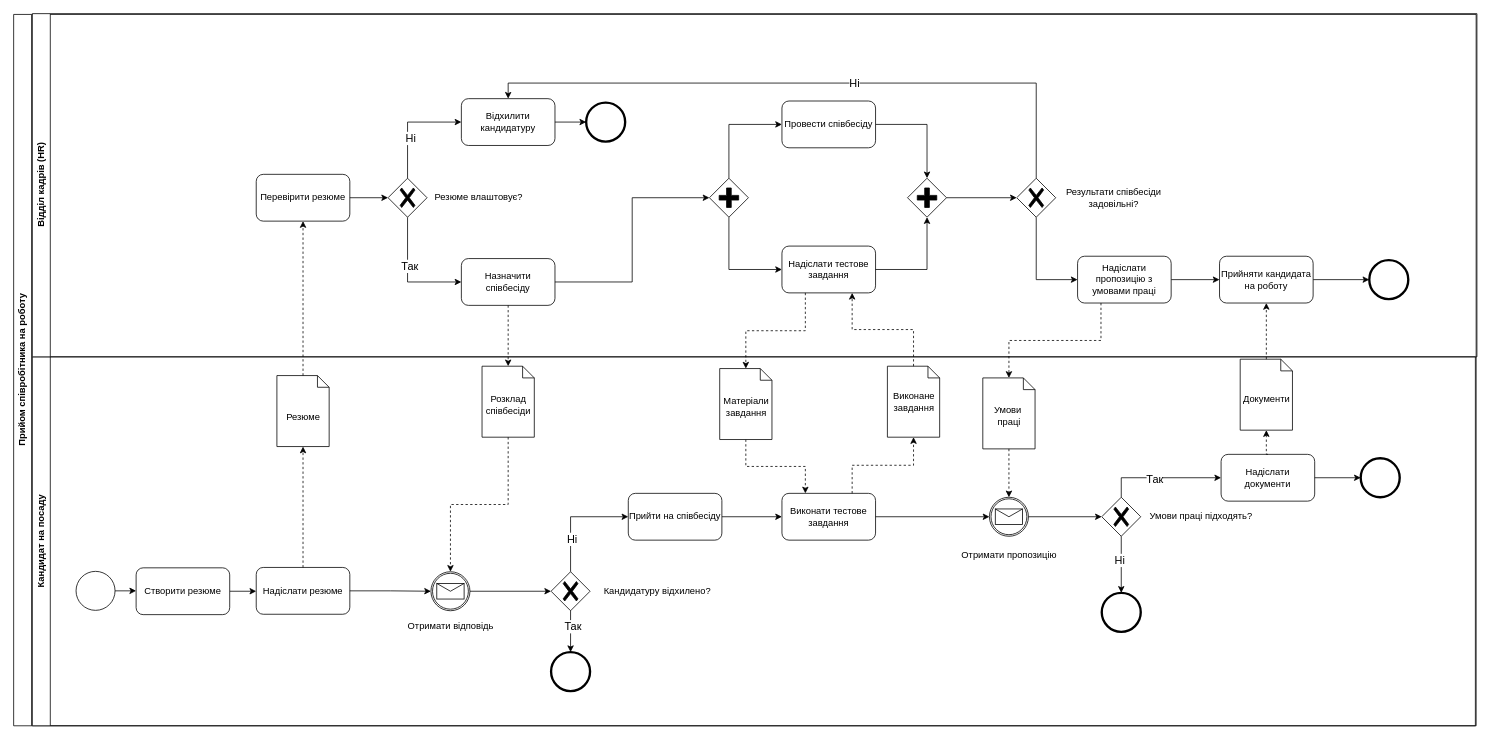
Earlier version of the draw.io diagram lab1/lab1_t3.drawio (gR4tiG0/QAQC). Source tidied: cells renumbered, new cells numbered last; positions are measured from the earlier drawing's top-left corner, leaving out a move shared by most shapes. Both pictures are drawn from the tidied source at 78%, with x=0, y=0 at pixel (13, 13).
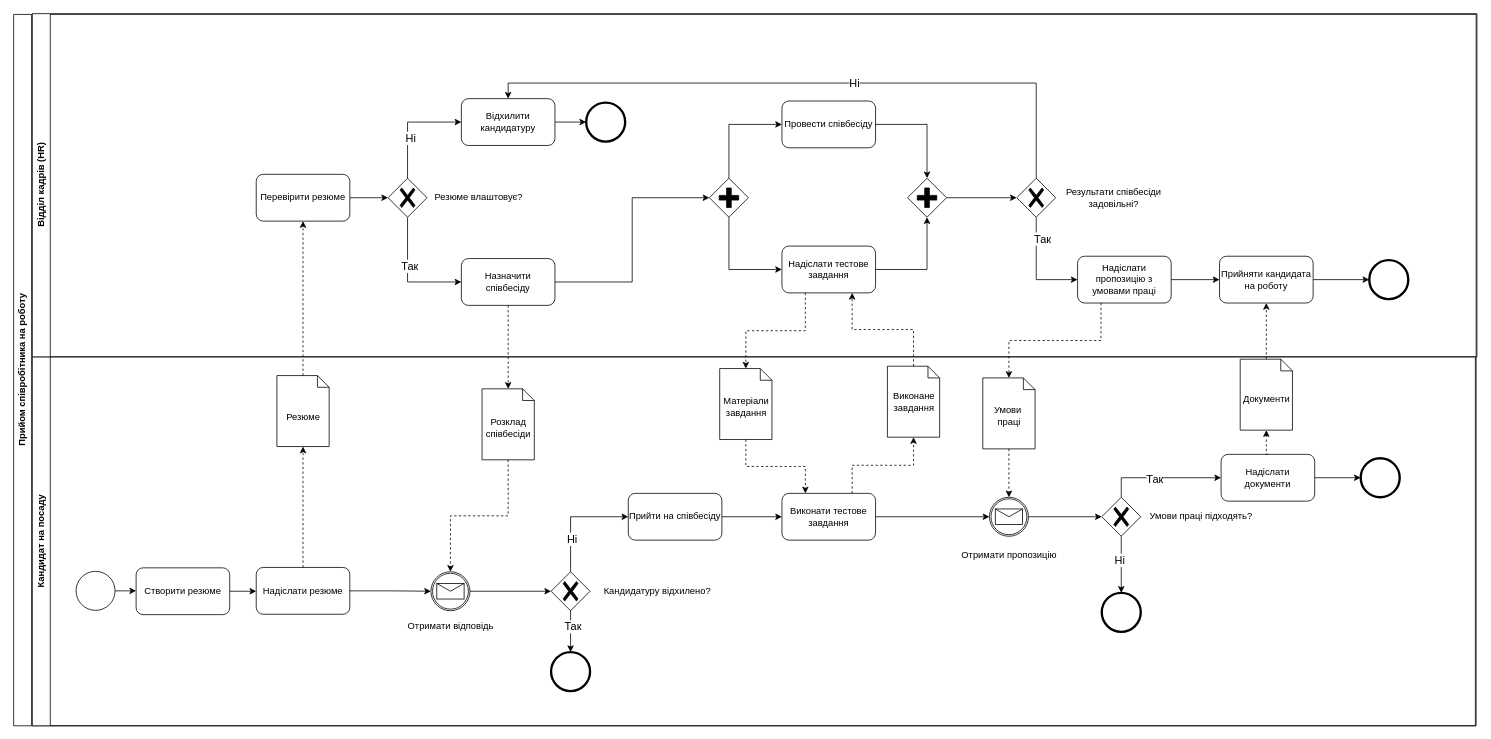
After the change.

Unchanged cells that the change refers to:
```xml
<mxCell id="3" value="Кандидат на посаду" style="swimlane;horizontal=0;whiteSpace=wrap;html=1;" parent="1" vertex="1">
  <mxGeometry x="24" y="440" width="1850" height="473" as="geometry" />
</mxCell>
<mxCell id="75" style="edgeStyle=orthogonalEdgeStyle;rounded=0;jettySize=auto;html=1;exitX=0.5;exitY=1;exitDx=0;exitDy=0;exitPerimeter=0;entryX=0;entryY=0.5;entryDx=0;entryDy=0;" parent="55" edge="1" source="76" target="79">
  <mxGeometry relative="1" as="geometry" />
</mxCell>
```

What changed in the source:
```diff
@@
     <mxCell id="5" style="shape=mxgraph.bpmn.data;labelPosition=center;verticalLabelPosition=bottom;align=center;verticalAlign=top;size=15;html=1;" parent="3" vertex="1">
-      <mxGeometry x="576.5" y="12" width="67" height="91" as="geometry" />
+      <mxGeometry x="576.5" y="41" width="67" height="91" as="geometry" />
     </mxCell>
@@
     <mxCell id="49" value="Розклад&lt;br&gt;співбесіди" style="text;html=1;align=center;verticalAlign=middle;strokeColor=none;fillColor=none;" parent="3" vertex="1">
-      <mxGeometry x="572.5" y="41" width="75" height="41" as="geometry" />
+      <mxGeometry x="572.5" y="70" width="75" height="41" as="geometry" />
     </mxCell>
@@
+    <mxCell id="94" value="&lt;font style=&quot;font-size: 14px;&quot;&gt;Так&lt;/font&gt;" style="edgeLabel;html=1;align=center;verticalAlign=middle;" parent="75" vertex="1">
+      <mxGeometry x="-0.6" y="7" relative="1" as="geometry" />
+    </mxCell>
```
